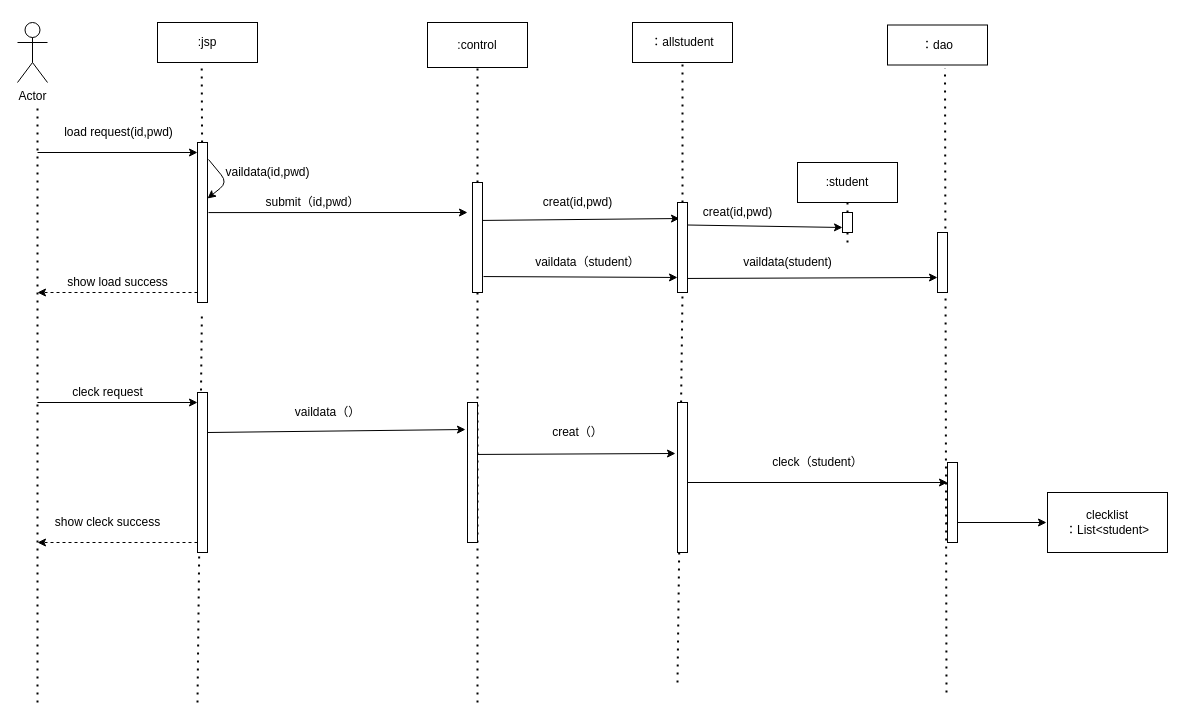
This is 顺序图.drawio from a26680533/idcardgenerator, a draw.io file, before an edit. Source tidied: cells renumbered, new cells numbered last; positions are measured from the earlier drawing's top-left corner, leaving out a move shared by most shapes. Both pictures are drawn from the tidied source at 100%, with x=0, y=0 at pixel (17, 22).
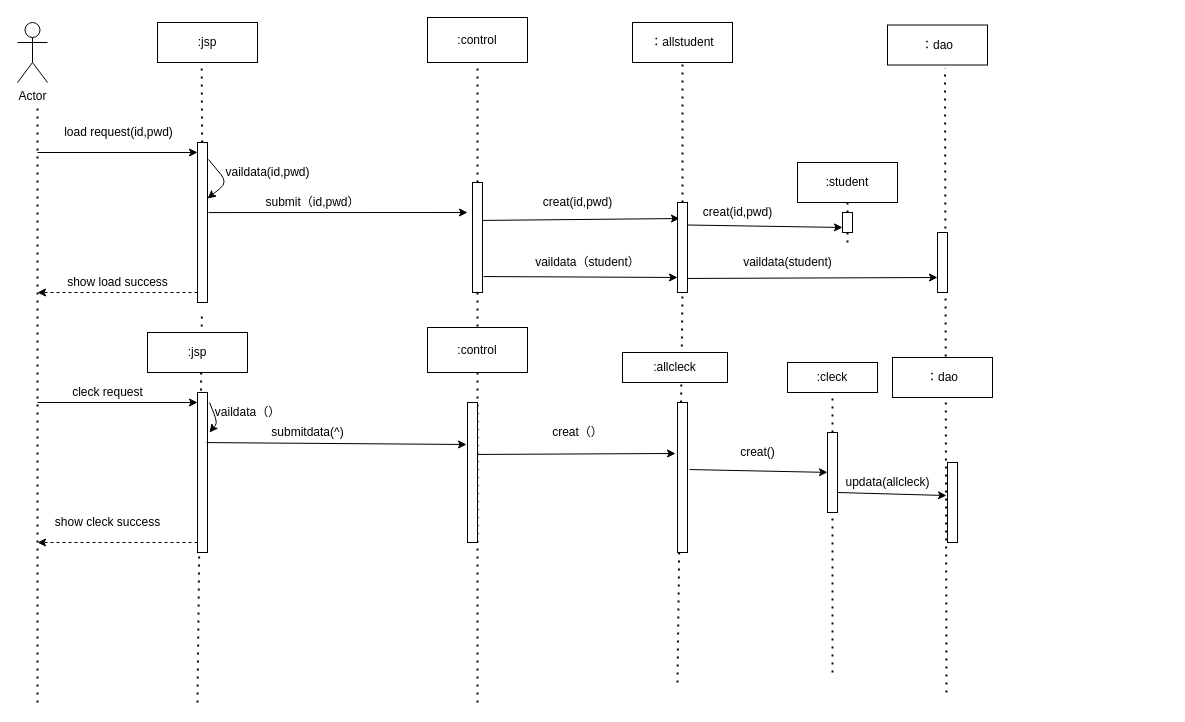
The same diagram, later.

The change refers to these unchanged cells:
```xml
<mxCell id="32" style="rounded=0;whiteSpace=wrap;html=1;" parent="1" vertex="1">
  <mxGeometry x="180" y="370" width="10" height="160" as="geometry" />
</mxCell>
<mxCell id="33" style="rounded=0;whiteSpace=wrap;html=1;" parent="1" vertex="1">
  <mxGeometry x="660" y="380" width="10" height="150" as="geometry" />
</mxCell>
<mxCell id="34" style="rounded=0;whiteSpace=wrap;html=1;" parent="1" vertex="1">
  <mxGeometry x="930" y="440" width="10" height="80" as="geometry" />
</mxCell>
<mxCell id="38" style="rounded=0;whiteSpace=wrap;html=1;" parent="1" vertex="1">
  <mxGeometry x="450" y="380" width="10" height="140" as="geometry" />
</mxCell>
```

What changed in the source:
```diff
@@
     <mxCell id="4" value=":control" style="rounded=0;whiteSpace=wrap;html=1;" parent="1" vertex="1">
-      <mxGeometry x="410" width="100" height="45" as="geometry" />
+      <mxGeometry x="410" y="-5" width="100" height="45" as="geometry" />
     </mxCell>
@@
-    <mxCell id="21" style="endArrow=classic;html=1;" parent="1" edge="1">
-      <mxGeometry relative="1" as="geometry">
-        <mxPoint x="660" y="460" as="sourcePoint" />
-        <mxPoint x="930" y="460" as="targetPoint" />
-      </mxGeometry>
-    </mxCell>
-    <mxCell id="22" style="endArrow=classic;html=1;" parent="1" edge="1">
-      <mxGeometry relative="1" as="geometry">
-        <mxPoint x="929" y="500" as="sourcePoint" />
-        <mxPoint x="1029" y="500" as="targetPoint" />
-      </mxGeometry>
-    </mxCell>
-    <mxCell id="23" value="clecklist&lt;br&gt;：List&amp;lt;student&amp;gt;" style="rounded=0;whiteSpace=wrap;html=1;" parent="1" vertex="1">
-      <mxGeometry x="1030" y="470" width="120" height="60" as="geometry" />
-    </mxCell>
@@
-    <mxCell id="39" style="endArrow=classic;html=1;exitX=1;exitY=0.25;exitDx=0;exitDy=0;entryX=-0.2;entryY=0.193;entryDx=0;entryDy=0;entryPerimeter=0;" parent="1" edge="1" source="32" target="38">
-      <mxGeometry relative="1" as="geometry" />
-    </mxCell>
     <mxCell id="40" value="vaildata（）" style="text;html=1;align=center;verticalAlign=middle;" parent="1" vertex="1">
-      <mxGeometry x="270" y="380" width="80" height="20" as="geometry" />
+      <mxGeometry x="190" y="380" width="80" height="20" as="geometry" />
     </mxCell>
@@
-    <mxCell id="43" value="cleck（student）" style="text;html=1;align=center;verticalAlign=middle;" parent="1" vertex="1">
-      <mxGeometry x="745" y="430" width="110" height="20" as="geometry" />
-    </mxCell>
@@
+    <mxCell id="55" style="endArrow=classic;html=1;" parent="1" edge="1">
+      <mxGeometry relative="1" as="geometry">
+        <mxPoint x="192" y="380" as="sourcePoint" />
+        <mxPoint x="192" y="410" as="targetPoint" />
+        <Array as="points">
+          <mxPoint x="200" y="400" />
+        </Array>
+      </mxGeometry>
+    </mxCell>
+    <mxCell id="39" style="endArrow=classic;html=1;exitX=0.9;exitY=0.313;exitDx=0;exitDy=0;exitPerimeter=0;entryX=-0.1;entryY=0.3;entryDx=0;entryDy=0;entryPerimeter=0;" parent="1" edge="1" source="32" target="38">
+      <mxGeometry relative="1" as="geometry" />
+    </mxCell>
+    <mxCell id="56" value="submitdata(^)" style="text;html=1;align=center;verticalAlign=middle;" parent="1" vertex="1">
+      <mxGeometry x="245" y="400" width="90" height="20" as="geometry" />
+    </mxCell>
+    <mxCell id="57" value=":allcleck" style="rounded=0;whiteSpace=wrap;html=1;" parent="1" vertex="1">
+      <mxGeometry x="605" y="330" width="105" height="30" as="geometry" />
+    </mxCell>
+    <mxCell id="58" value=":cleck" style="rounded=0;whiteSpace=wrap;html=1;" parent="1" vertex="1">
+      <mxGeometry x="770" y="340" width="90" height="30" as="geometry" />
+    </mxCell>
+    <mxCell id="59" style="endArrow=classic;html=1;exitX=1.2;exitY=0.447;exitDx=0;exitDy=0;exitPerimeter=0;" parent="1" edge="1" source="33" target="61">
+      <mxGeometry relative="1" as="geometry" />
+    </mxCell>
+    <mxCell id="60" style="endArrow=none;dashed=1;html=1;dashPattern=1 3;strokeWidth=2;entryX=0.5;entryY=1;entryDx=0;entryDy=0;" parent="1" edge="1" source="61" target="58">
+      <mxGeometry relative="1" as="geometry" />
+    </mxCell>
+    <mxCell id="61" style="rounded=0;whiteSpace=wrap;html=1;" parent="1" vertex="1">
+      <mxGeometry x="810" y="410" width="10" height="80" as="geometry" />
+    </mxCell>
+    <mxCell id="62" style="endArrow=none;dashed=1;html=1;dashPattern=1 3;strokeWidth=2;entryX=0.5;entryY=1;entryDx=0;entryDy=0;" parent="1" edge="1" target="61">
+      <mxGeometry relative="1" as="geometry">
+        <mxPoint x="815" y="650" as="sourcePoint" />
+      </mxGeometry>
+    </mxCell>
+    <mxCell id="63" value="creat()" style="text;html=1;align=center;verticalAlign=middle;" parent="1" vertex="1">
+      <mxGeometry x="715" y="420" width="50" height="20" as="geometry" />
+    </mxCell>
+    <mxCell id="64" value=":jsp" style="rounded=0;whiteSpace=wrap;html=1;" parent="1" vertex="1">
+      <mxGeometry x="130" y="310" width="100" height="40" as="geometry" />
+    </mxCell>
+    <mxCell id="65" value=":control" style="rounded=0;whiteSpace=wrap;html=1;" parent="1" vertex="1">
+      <mxGeometry x="410" y="305" width="100" height="45" as="geometry" />
+    </mxCell>
+    <mxCell id="66" value="：dao" style="rounded=0;whiteSpace=wrap;html=1;" parent="1" vertex="1">
+      <mxGeometry x="875" y="335" width="100" height="40" as="geometry" />
+    </mxCell>
+    <mxCell id="67" style="endArrow=classic;html=1;exitX=1;exitY=0.75;exitDx=0;exitDy=0;entryX=-0.1;entryY=0.413;entryDx=0;entryDy=0;entryPerimeter=0;" parent="1" edge="1" source="61" target="34">
+      <mxGeometry relative="1" as="geometry" />
+    </mxCell>
+    <mxCell id="68" value="updata(allcleck)" style="text;html=1;align=center;verticalAlign=middle;" parent="1" vertex="1">
+      <mxGeometry x="820" y="450" width="100" height="20" as="geometry" />
+    </mxCell>
```
